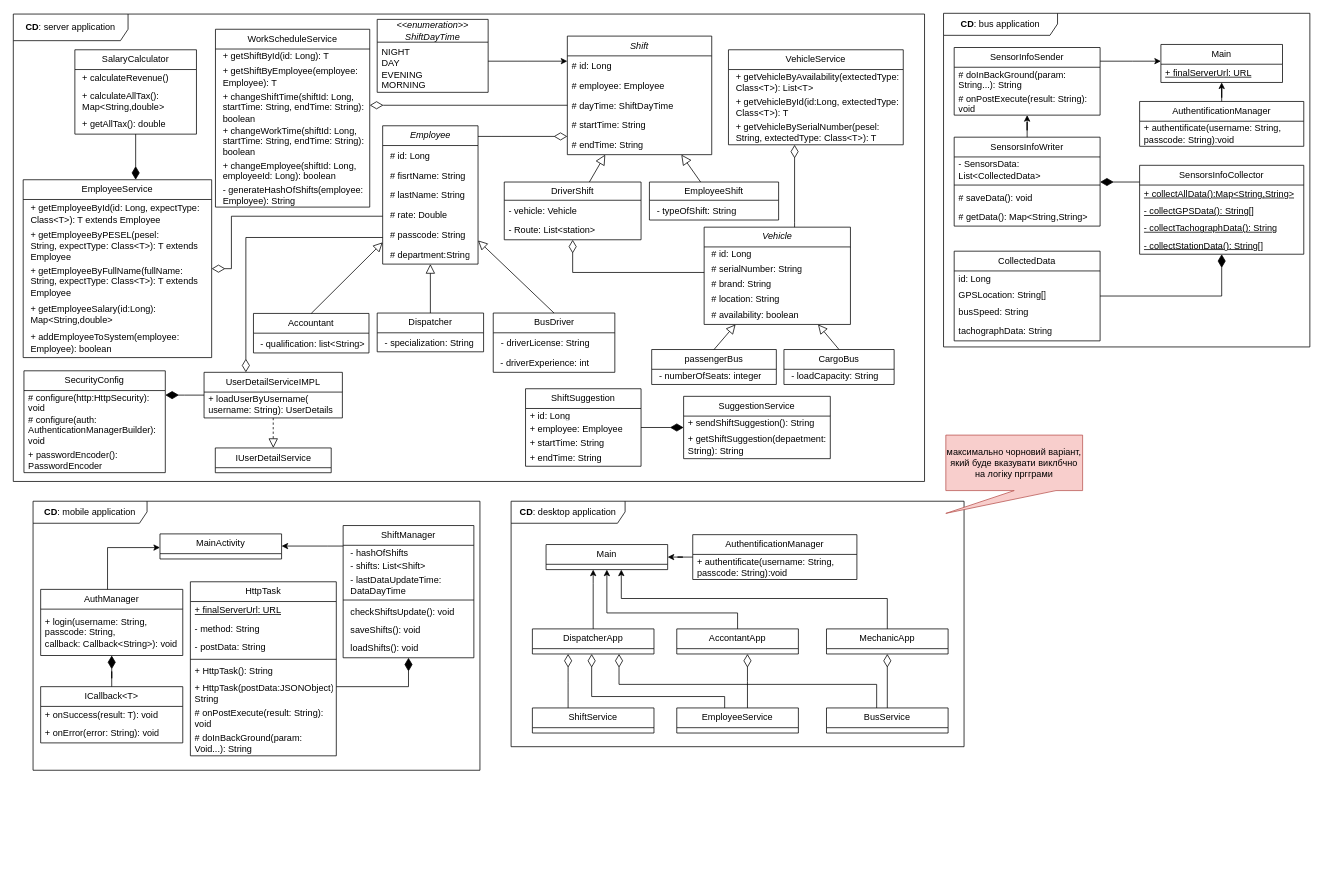
Before: page "Class diagram" (1 of 7) of UML-software-engineering.drawio in keshaParrot/ShiftMaster-UML-documentation, a draw.io diagram. Source tidied: cells renumbered, new cells numbered last; positions are measured from the earlier drawing's top-left corner, leaving out a move shared by most shapes. Both pictures are drawn from the tidied source at 76%, with x=0, y=0 at pixel (13, 13).
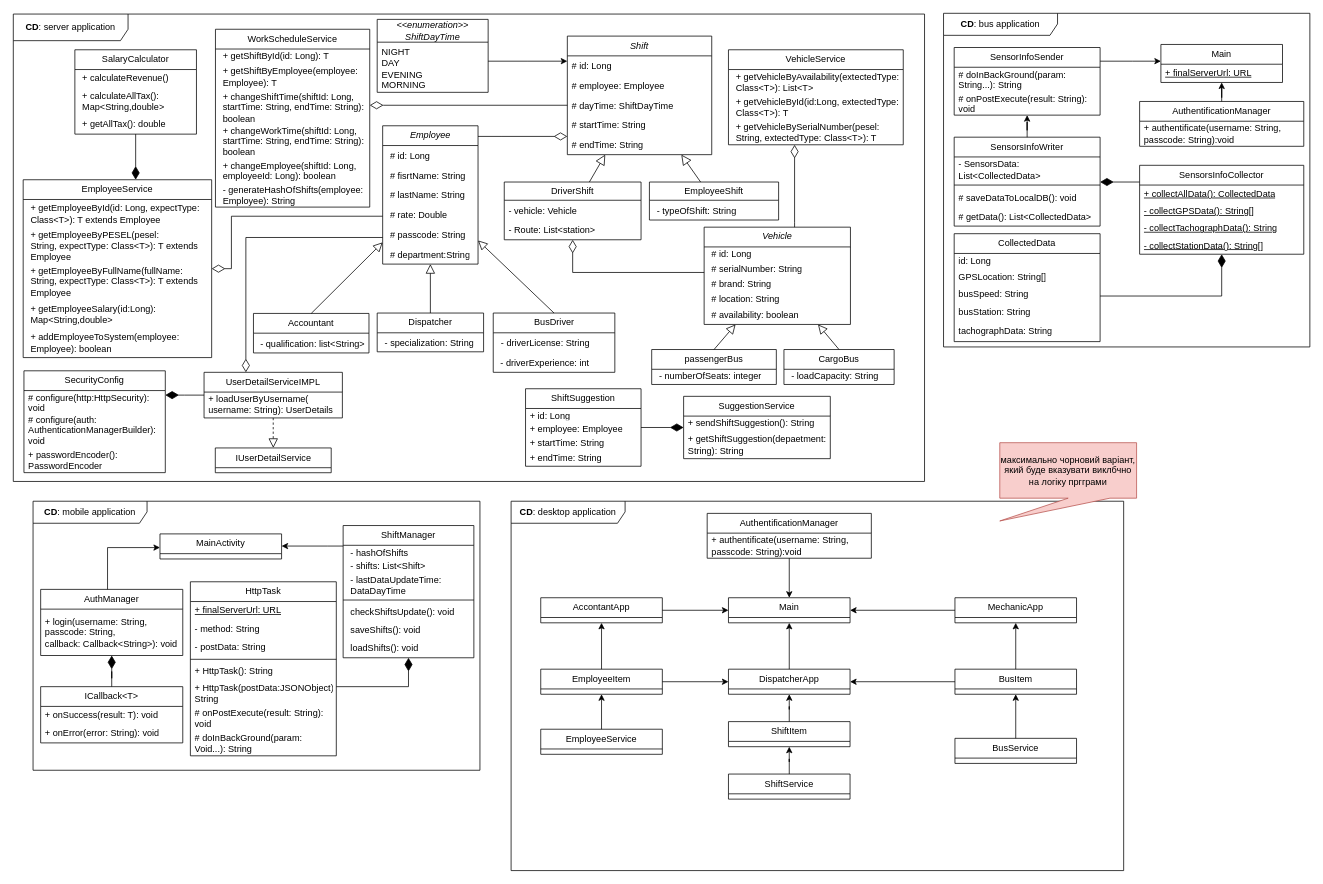
After the change.

Unchanged cells that the change refers to:
```xml
<mxCell id="141" value="&lt;b&gt;CD&lt;/b&gt;: bus application" style="shape=umlFrame;whiteSpace=wrap;html=1;width=150;height=29;" parent="1" vertex="1">
  <mxGeometry x="1224" width="482" height="439" as="geometry" />
</mxCell>
<mxCell id="149" value="SensorsInfoCollector" style="swimlane;fontStyle=0;horizontal=1;startSize=26;fillColor=none;whiteSpace=wrap;html=1;" parent="141" vertex="1">
  <mxGeometry x="258" y="200" width="216" height="117" as="geometry" />
</mxCell>
<mxCell id="155" value="SensorsInfoWriter" style="swimlane;fontStyle=0;horizontal=1;startSize=26;fillColor=none;whiteSpace=wrap;html=1;" parent="141" vertex="1">
  <mxGeometry x="14" y="163" width="192" height="117" as="geometry" />
</mxCell>
```

The edit, as a diff of the source:
```diff
@@
     <mxCell id="122" value="&lt;b&gt;CD&lt;/b&gt;: desktop application" style="shape=umlFrame;whiteSpace=wrap;html=1;width=150;height=29;" parent="1" vertex="1">
-      <mxGeometry x="655" y="642" width="596" height="323" as="geometry" />
+      <mxGeometry x="655" y="642" width="806" height="486" as="geometry" />
     </mxCell>
     <mxCell id="123" value="Main" style="swimlane;fontStyle=0;horizontal=1;startSize=26;fillColor=none;whiteSpace=wrap;html=1;" parent="122" vertex="1">
-      <mxGeometry x="46" y="57" width="160" height="33" as="geometry" />
+      <mxGeometry x="286" y="127" width="160" height="33" as="geometry" />
     </mxCell>
-    <mxCell id="124" style="edgeStyle=orthogonalEdgeStyle;rounded=0;jettySize=auto;html=1;" parent="122" edge="1" source="125" target="123">
-      <mxGeometry relative="1" as="geometry" />
-    </mxCell>
     <mxCell id="125" value="AuthentificationManager" style="swimlane;fontStyle=0;horizontal=1;startSize=26;fillColor=none;whiteSpace=wrap;html=1;" parent="122" vertex="1">
-      <mxGeometry x="239" y="44" width="216" height="59" as="geometry" />
+      <mxGeometry x="258" y="16" width="216" height="59" as="geometry" />
     </mxCell>
@@
+    <mxCell id="124" style="edgeStyle=orthogonalEdgeStyle;rounded=0;jettySize=auto;html=1;" parent="122" edge="1" source="125" target="123">
+      <mxGeometry relative="1" as="geometry" />
+    </mxCell>
+    <mxCell id="131" style="edgeStyle=orthogonalEdgeStyle;rounded=0;jettySize=auto;html=1;" parent="122" edge="1" source="132" target="123">
+      <mxGeometry relative="1" as="geometry" />
+    </mxCell>
+    <mxCell id="132" value="MechanicApp" style="swimlane;fontStyle=0;horizontal=1;startSize=26;fillColor=none;whiteSpace=wrap;html=1;" parent="122" vertex="1">
+      <mxGeometry x="584" y="127" width="160" height="33" as="geometry" />
+    </mxCell>
+    <mxCell id="129" style="edgeStyle=orthogonalEdgeStyle;rounded=0;jettySize=auto;html=1;" parent="122" edge="1" source="130" target="123">
+      <mxGeometry relative="1" as="geometry" />
+    </mxCell>
+    <mxCell id="130" value="AccontantApp" style="swimlane;fontStyle=0;horizontal=1;startSize=26;fillColor=none;whiteSpace=wrap;html=1;" parent="122" vertex="1">
+      <mxGeometry x="39" y="127" width="160" height="33" as="geometry" />
+    </mxCell>
     <mxCell id="127" style="edgeStyle=orthogonalEdgeStyle;rounded=0;jettySize=auto;html=1;" parent="122" edge="1" source="128" target="123">
-      <mxGeometry relative="1" as="geometry">
-        <Array as="points">
-          <mxPoint x="108" y="108" />
-          <mxPoint x="108" y="108" />
-        </Array>
-      </mxGeometry>
+      <mxGeometry relative="1" as="geometry" />
     </mxCell>
     <mxCell id="128" value="DispatcherApp" style="swimlane;fontStyle=0;horizontal=1;startSize=26;fillColor=none;whiteSpace=wrap;html=1;" parent="122" vertex="1">
-      <mxGeometry x="28" y="168" width="160" height="33" as="geometry" />
+      <mxGeometry x="286" y="221" width="160" height="33" as="geometry" />
     </mxCell>
-    <mxCell id="129" style="edgeStyle=orthogonalEdgeStyle;rounded=0;jettySize=auto;html=1;" parent="122" edge="1" source="130" target="123">
-      <mxGeometry relative="1" as="geometry">
-        <Array as="points">
-          <mxPoint x="298" y="147" />
-          <mxPoint x="126" y="147" />
-        </Array>
-      </mxGeometry>
-    </mxCell>
-    <mxCell id="130" value="AccontantApp" style="swimlane;fontStyle=0;horizontal=1;startSize=26;fillColor=none;whiteSpace=wrap;html=1;" parent="122" vertex="1">
-      <mxGeometry x="218" y="168" width="160" height="33" as="geometry" />
-    </mxCell>
-    <mxCell id="131" style="edgeStyle=orthogonalEdgeStyle;rounded=0;jettySize=auto;html=1;" parent="122" edge="1" source="132" target="123">
-      <mxGeometry relative="1" as="geometry">
-        <Array as="points">
-          <mxPoint x="495" y="128" />
-          <mxPoint x="145" y="128" />
-        </Array>
-      </mxGeometry>
-    </mxCell>
-    <mxCell id="132" value="MechanicApp" style="swimlane;fontStyle=0;horizontal=1;startSize=26;fillColor=none;whiteSpace=wrap;html=1;" parent="122" vertex="1">
-      <mxGeometry x="415" y="168" width="160" height="33" as="geometry" />
-    </mxCell>
-    <mxCell id="133" style="edgeStyle=orthogonalEdgeStyle;rounded=0;jettySize=auto;html=1;endSize=15;endArrow=diamondThin;endFill=0;" parent="122" edge="1" source="135" target="132">
-      <mxGeometry relative="1" as="geometry" />
-    </mxCell>
-    <mxCell id="134" style="edgeStyle=orthogonalEdgeStyle;rounded=0;jettySize=auto;html=1;endSize=15;endArrow=diamondThin;endFill=0;" parent="122" edge="1" source="135" target="128">
-      <mxGeometry relative="1" as="geometry">
-        <Array as="points">
-          <mxPoint x="481" y="241" />
-          <mxPoint x="142" y="241" />
-        </Array>
-      </mxGeometry>
-    </mxCell>
+    <mxCell id="170" style="edgeStyle=orthogonalEdgeStyle;rounded=0;orthogonalLoop=1;jettySize=auto;html=1;exitX=0.5;exitY=1;exitDx=0;exitDy=0;" parent="122" edge="1" source="130" target="130">
+      <mxGeometry relative="1" as="geometry" />
+    </mxCell>
+    <mxCell id="171" style="edgeStyle=orthogonalEdgeStyle;rounded=0;jettySize=auto;html=1;" parent="122" edge="1" source="137" target="177">
+      <mxGeometry relative="1" as="geometry" />
+    </mxCell>
+    <mxCell id="137" value="ShiftService" style="swimlane;fontStyle=0;horizontal=1;startSize=26;fillColor=none;whiteSpace=wrap;html=1;" parent="122" vertex="1">
+      <mxGeometry x="286" y="359" width="160" height="33" as="geometry" />
+    </mxCell>
+    <mxCell id="172" style="edgeStyle=orthogonalEdgeStyle;rounded=0;jettySize=auto;html=1;" parent="122" edge="1" source="174" target="132">
+      <mxGeometry relative="1" as="geometry" />
+    </mxCell>
+    <mxCell id="173" style="edgeStyle=orthogonalEdgeStyle;rounded=0;jettySize=auto;html=1;" parent="122" edge="1" source="174" target="128">
+      <mxGeometry relative="1" as="geometry" />
+    </mxCell>
+    <mxCell id="174" value="BusItem" style="swimlane;fontStyle=0;horizontal=1;startSize=26;fillColor=none;whiteSpace=wrap;html=1;" parent="122" vertex="1">
+      <mxGeometry x="584" y="221" width="160" height="33" as="geometry" />
+    </mxCell>
+    <mxCell id="175" style="edgeStyle=orthogonalEdgeStyle;rounded=0;jettySize=auto;html=1;" parent="122" edge="1" source="135" target="174">
+      <mxGeometry relative="1" as="geometry" />
+    </mxCell>
     <mxCell id="135" value="BusService" style="swimlane;fontStyle=0;horizontal=1;startSize=26;fillColor=none;whiteSpace=wrap;html=1;" parent="122" vertex="1">
-      <mxGeometry x="415" y="272" width="160" height="33" as="geometry" />
+      <mxGeometry x="584" y="312" width="160" height="33" as="geometry" />
     </mxCell>
-    <mxCell id="136" style="edgeStyle=orthogonalEdgeStyle;rounded=0;jettySize=auto;html=1;endArrow=diamondThin;endFill=0;endSize=15;" parent="122" edge="1" source="137" target="128">
-      <mxGeometry relative="1" as="geometry">
-        <Array as="points">
-          <mxPoint x="75" y="239" />
-          <mxPoint x="75" y="239" />
-        </Array>
-      </mxGeometry>
-    </mxCell>
-    <mxCell id="137" value="ShiftService" style="swimlane;fontStyle=0;horizontal=1;startSize=26;fillColor=none;whiteSpace=wrap;html=1;" parent="122" vertex="1">
-      <mxGeometry x="28" y="272" width="160" height="33" as="geometry" />
-    </mxCell>
-    <mxCell id="138" style="edgeStyle=orthogonalEdgeStyle;rounded=0;jettySize=auto;html=1;endSize=15;endArrow=diamondThin;endFill=0;" parent="122" edge="1" source="140" target="128">
-      <mxGeometry relative="1" as="geometry">
-        <Array as="points">
-          <mxPoint x="281" y="257" />
-          <mxPoint x="106" y="257" />
-        </Array>
-      </mxGeometry>
-    </mxCell>
-    <mxCell id="139" style="edgeStyle=orthogonalEdgeStyle;rounded=0;jettySize=auto;html=1;endSize=15;endArrow=diamondThin;endFill=0;" parent="122" edge="1" source="140" target="130">
-      <mxGeometry relative="1" as="geometry">
-        <Array as="points">
-          <mxPoint x="311" y="237" />
-          <mxPoint x="311" y="237" />
-        </Array>
-      </mxGeometry>
-    </mxCell>
+    <mxCell id="176" style="edgeStyle=orthogonalEdgeStyle;rounded=0;jettySize=auto;html=1;" parent="122" edge="1" source="177" target="128">
+      <mxGeometry relative="1" as="geometry" />
+    </mxCell>
+    <mxCell id="177" value="ShiftItem" style="swimlane;fontStyle=0;horizontal=1;startSize=26;fillColor=none;whiteSpace=wrap;html=1;" parent="122" vertex="1">
+      <mxGeometry x="286" y="290" width="160" height="33" as="geometry" />
+    </mxCell>
+    <mxCell id="178" style="edgeStyle=orthogonalEdgeStyle;rounded=0;jettySize=auto;html=1;" parent="122" edge="1" source="140" target="181">
+      <mxGeometry relative="1" as="geometry" />
+    </mxCell>
     <mxCell id="140" value="EmployeeService" style="swimlane;fontStyle=0;horizontal=1;startSize=26;fillColor=none;whiteSpace=wrap;html=1;" parent="122" vertex="1">
-      <mxGeometry x="218" y="272" width="160" height="33" as="geometry" />
+      <mxGeometry x="39" y="300" width="160" height="33" as="geometry" />
     </mxCell>
+    <mxCell id="179" style="edgeStyle=orthogonalEdgeStyle;rounded=0;jettySize=auto;html=1;" parent="122" edge="1" source="181" target="130">
+      <mxGeometry relative="1" as="geometry" />
+    </mxCell>
+    <mxCell id="180" style="edgeStyle=orthogonalEdgeStyle;rounded=0;jettySize=auto;html=1;" parent="122" edge="1" source="181" target="128">
+      <mxGeometry relative="1" as="geometry" />
+    </mxCell>
+    <mxCell id="181" value="EmployeeItem" style="swimlane;fontStyle=0;horizontal=1;startSize=26;fillColor=none;whiteSpace=wrap;html=1;" parent="122" vertex="1">
+      <mxGeometry x="39" y="221" width="160" height="33" as="geometry" />
+    </mxCell>
@@
-    <mxCell id="150" value="+ collectAllData():Map&amp;lt;String,String&amp;gt;" style="text;strokeColor=none;fillColor=none;align=left;verticalAlign=middle;spacingLeft=4;spacingRight=4;overflow=hidden;whiteSpace=wrap;html=1;fontStyle=4;" parent="149" vertex="1">
+    <mxCell id="150" value="+ collectAllData(): CollectedData" style="text;strokeColor=none;fillColor=none;align=left;verticalAlign=middle;spacingLeft=4;spacingRight=4;overflow=hidden;whiteSpace=wrap;html=1;fontStyle=4;" parent="149" vertex="1">
       <mxGeometry y="26" width="216" height="24" as="geometry" />
     </mxCell>
@@
-    <mxCell id="158" value="# saveData(): void" style="text;strokeColor=none;fillColor=none;align=left;verticalAlign=middle;spacingLeft=4;spacingRight=4;overflow=hidden;whiteSpace=wrap;html=1;" parent="155" vertex="1">
+    <mxCell id="158" value="# saveDataToLocalDB(): void" style="text;strokeColor=none;fillColor=none;align=left;verticalAlign=middle;spacingLeft=4;spacingRight=4;overflow=hidden;whiteSpace=wrap;html=1;" parent="155" vertex="1">
       <mxGeometry y="67" width="192" height="25" as="geometry" />
     </mxCell>
-    <mxCell id="159" value="# getData(): Map&amp;lt;String,String&amp;gt;" style="text;strokeColor=none;fillColor=none;align=left;verticalAlign=middle;spacingLeft=4;spacingRight=4;overflow=hidden;whiteSpace=wrap;html=1;" parent="155" vertex="1">
+    <mxCell id="159" value="# getData(): List&amp;lt;CollectedData&amp;gt;" style="text;strokeColor=none;fillColor=none;align=left;verticalAlign=middle;spacingLeft=4;spacingRight=4;overflow=hidden;whiteSpace=wrap;html=1;" parent="155" vertex="1">
       <mxGeometry y="92" width="192" height="25" as="geometry" />
     </mxCell>
@@
     <mxCell id="164" value="CollectedData" style="swimlane;fontStyle=0;horizontal=1;startSize=26;fillColor=none;whiteSpace=wrap;html=1;" parent="141" vertex="1">
-      <mxGeometry x="14" y="313" width="192" height="118" as="geometry" />
+      <mxGeometry x="14" y="290" width="192" height="142" as="geometry" />
     </mxCell>
@@
+    <mxCell id="182" value="busStation: String" style="text;strokeColor=none;fillColor=none;align=left;verticalAlign=middle;spacingLeft=4;spacingRight=4;overflow=hidden;whiteSpace=wrap;html=1;" parent="164" vertex="1">
+      <mxGeometry y="92" width="192" height="24" as="geometry" />
+    </mxCell>
     <mxCell id="168" value="tachographData: String" style="text;strokeColor=none;fillColor=none;align=left;verticalAlign=middle;spacingLeft=4;spacingRight=4;overflow=hidden;whiteSpace=wrap;html=1;" parent="164" vertex="1">
-      <mxGeometry y="92" width="192" height="26" as="geometry" />
+      <mxGeometry y="116" width="192" height="26" as="geometry" />
     </mxCell>
     <mxCell id="169" value="максимально чорновий варіант, який буде вказувати виклбчно на логіку пргграми" style="shape=callout;whiteSpace=wrap;html=1;perimeter=calloutPerimeter;position2=0;fillColor=#f8cecc;strokeColor=#b85450;base=55;" parent="1" vertex="1">
-      <mxGeometry x="1227" y="555" width="180" height="103" as="geometry" />
+      <mxGeometry x="1298" y="565" width="180" height="103" as="geometry" />
     </mxCell>
```
